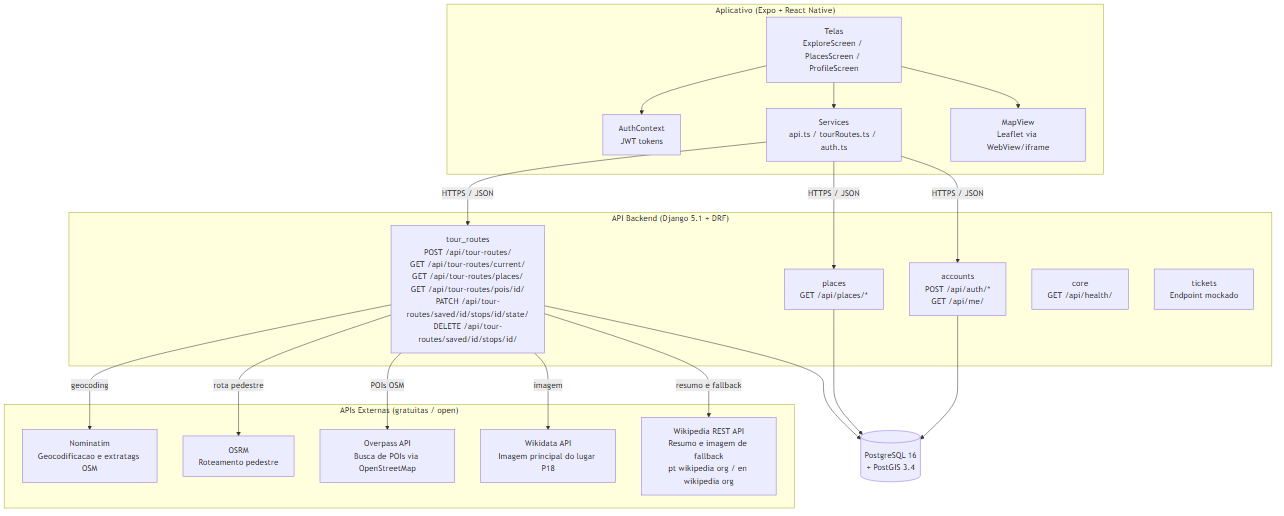
Portugol-Devoteers/explora-plus-docs keeps this Mermaid diagram as paper/figuras/componentes.png. Above is the earlier version. Its source is kept beside it as diagramas/mermaid/componentes.mmd.
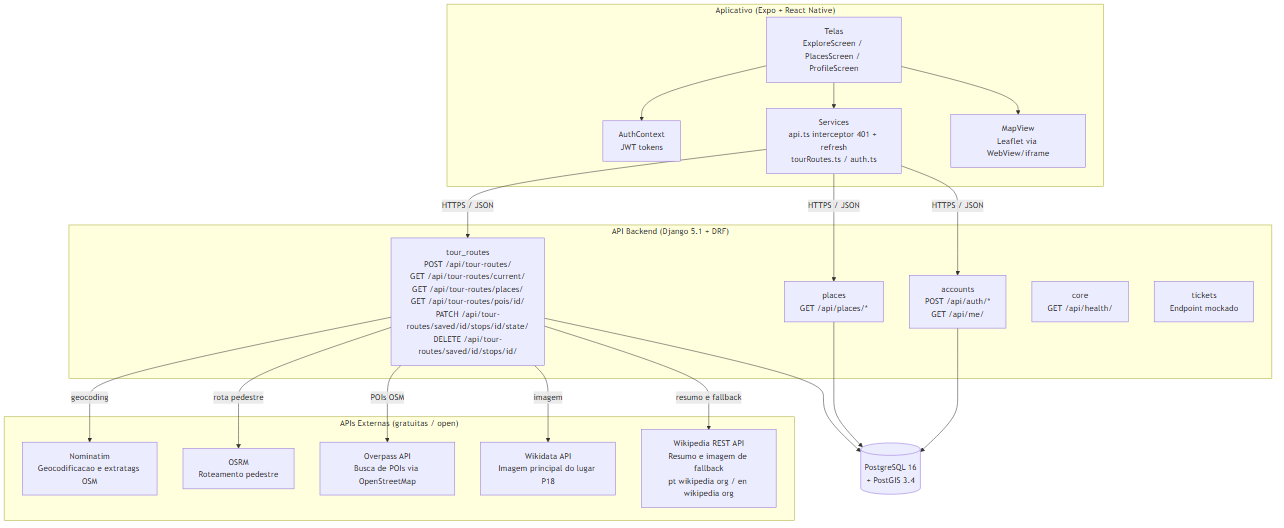
The same diagram one commit later.

Commit message:
docs: atualiza modelagem e diagramas com interceptor de auth e pre-busca

What changed in the source:
```diff
@@ -2,7 +2,7 @@
     subgraph Frontend["Aplicativo (Expo + React Native)"]
         Screens[Telas\nExploreScreen / PlacesScreen / ProfileScreen]
         Auth[AuthContext\nJWT tokens]
-        Services[Services\napi.ts / tourRoutes.ts / auth.ts]
+        Services[Services\napi.ts interceptor 401 + refresh\ntourRoutes.ts / auth.ts]
         Map[MapView\nLeaflet via WebView/iframe]
         Screens --> Auth
         Screens --> Services
```
